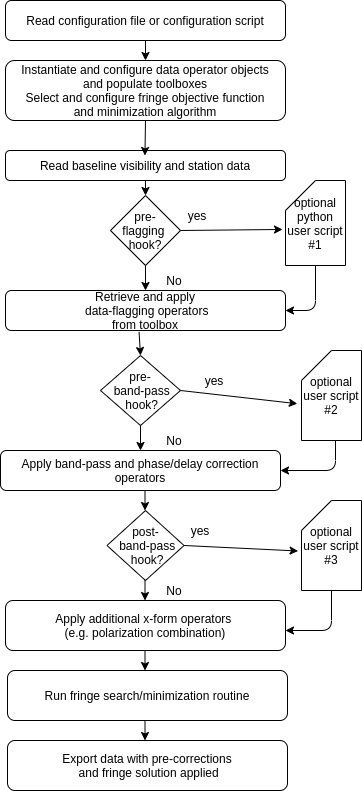
Earlier version of the draw.io export doc/specification/example-single-baseline-fringe-fitter.png (MITHaystack/HOPS). Source tidied: cells renumbered, new cells last; positions are measured from the earlier drawing's top-left corner, leaving out a move shared by most shapes.
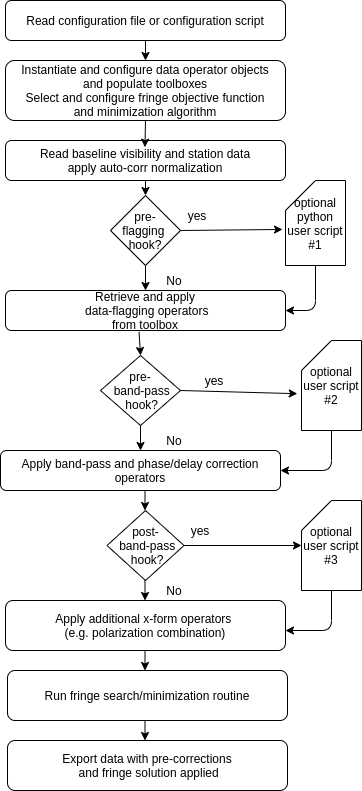
Later version of the same file.

What changed in the source:
```diff
@@ -8,8 +8,8 @@
     <mxCell id="3" value="Instantiate and configure data operator objects&lt;br&gt;and populate toolboxes&lt;br&gt;Select and configure fringe objective function&lt;br&gt;and minimization algorithm" style="rounded=1;whiteSpace=wrap;html=1;" parent="1" vertex="1">
       <mxGeometry x="5" y="60" width="280" height="60" as="geometry" />
     </mxCell>
-    <mxCell id="4" value="Read baseline visibility and station data" style="rounded=1;whiteSpace=wrap;html=1;" parent="1" vertex="1">
-      <mxGeometry x="5" y="150" width="280" height="30" as="geometry" />
+    <mxCell id="4" value="Read baseline visibility and station data&lt;br&gt;apply auto-corr normalization" style="rounded=1;whiteSpace=wrap;html=1;" parent="1" vertex="1">
+      <mxGeometry x="5" y="140" width="280" height="40" as="geometry" />
     </mxCell>
     <mxCell id="5" value="Retrieve and apply&lt;br&gt;&amp;nbsp;data-flagging operators&lt;br&gt;from toolbox" style="rounded=1;whiteSpace=wrap;html=1;" parent="1" vertex="1">
       <mxGeometry x="5" y="290" width="280" height="40" as="geometry" />
@@ -36,7 +36,7 @@
       <mxGeometry x="301" y="500" width="60" height="90" as="geometry" />
     </mxCell>
     <mxCell id="13" value="optional&lt;br&gt;user script&lt;br&gt;#2" style="shape=card;whiteSpace=wrap;html=1;" parent="1" vertex="1">
-      <mxGeometry x="301" y="350" width="60" height="90" as="geometry" />
+      <mxGeometry x="301" y="340" width="60" height="90" as="geometry" />
     </mxCell>
     <mxCell id="14" style="endArrow=classic;html=1;exitX=0.5;exitY=1;exitDx=0;exitDy=0;entryX=0.5;entryY=0;entryDx=0;entryDy=0;" parent="1" edge="1" source="2" target="3">
       <mxGeometry relative="1" as="geometry" />
@@ -58,10 +58,8 @@
         <mxPoint x="285" y="630" as="sourcePoint" />
       </mxGeometry>
     </mxCell>
-    <mxCell id="20" style="edgeStyle=segmentEdgeStyle;endArrow=none;html=1;startArrow=classic;startFill=1;endFill=0;" parent="1" edge="1" source="6">
-      <mxGeometry relative="1" as="geometry">
-        <mxPoint x="335" y="440" as="targetPoint" />
-      </mxGeometry>
+    <mxCell id="20" style="edgeStyle=segmentEdgeStyle;endArrow=none;html=1;startArrow=classic;startFill=1;endFill=0;entryX=0.5;entryY=1;entryDx=0;entryDy=0;entryPerimeter=0;" parent="1" edge="1" source="6" target="13">
+      <mxGeometry relative="1" as="geometry" />
     </mxCell>
     <mxCell id="21" style="edgeStyle=segmentEdgeStyle;endArrow=none;html=1;startArrow=classic;startFill=1;endFill=0;entryX=0.5;entryY=1;entryDx=0;entryDy=0;entryPerimeter=0;exitX=1;exitY=0.5;exitDx=0;exitDy=0;" parent="1" edge="1" source="5" target="11">
       <mxGeometry relative="1" as="geometry" />
@@ -72,7 +70,7 @@
     <mxCell id="23" style="endArrow=classic;html=1;entryX=-0.05;entryY=0.576;entryDx=0;entryDy=0;entryPerimeter=0;exitX=1;exitY=0.5;exitDx=0;exitDy=0;" parent="1" edge="1" source="9" target="11">
       <mxGeometry relative="1" as="geometry" />
     </mxCell>
-    <mxCell id="24" style="endArrow=classic;html=1;exitX=1;exitY=0.5;exitDx=0;exitDy=0;entryX=-0.057;entryY=0.561;entryDx=0;entryDy=0;entryPerimeter=0;" parent="1" edge="1" source="16" target="12">
+    <mxCell id="24" style="endArrow=classic;html=1;exitX=1;exitY=0.5;exitDx=0;exitDy=0;" parent="1" edge="1" source="16" target="12">
       <mxGeometry relative="1" as="geometry" />
     </mxCell>
     <mxCell id="25" style="endArrow=none;html=1;endFill=0;startArrow=classic;startFill=1;entryX=0.477;entryY=1.034;entryDx=0;entryDy=0;entryPerimeter=0;exitX=0.5;exitY=0;exitDx=0;exitDy=0;" parent="1" edge="1" source="15" target="5">
```
